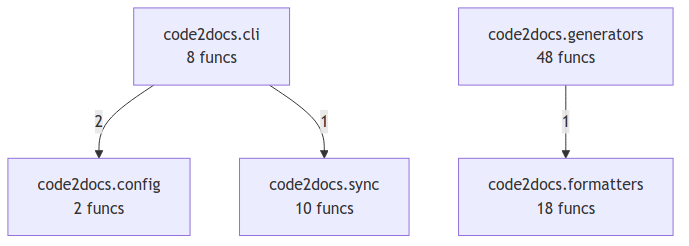
The Mermaid diagram project/compact_flow.png in wronai/code2docs, before a commit. Its source is kept beside it as project/compact_flow.mmd.
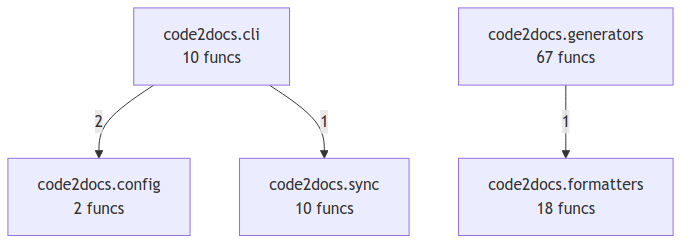
Later version of the same file.

The edit, as a diff of the source:
```diff
@@ -1,9 +1,9 @@
 flowchart TD
-    code2docs_cli["code2docs.cli<br/>8 funcs"]
+    code2docs_cli["code2docs.cli<br/>10 funcs"]
     code2docs_config["code2docs.config<br/>2 funcs"]
     code2docs_formatters["code2docs.formatters<br/>18 funcs"]
-    code2docs_generators["code2docs.generators<br/>48 funcs"]
+    code2docs_generators["code2docs.generators<br/>67 funcs"]
     code2docs_sync["code2docs.sync<br/>10 funcs"]
     code2docs_cli -->|2| code2docs_config
+    code2docs_generators -->|1| code2docs_formatters
     code2docs_cli -->|1| code2docs_sync
-    code2docs_generators -->|1| code2docs_formatters
```
